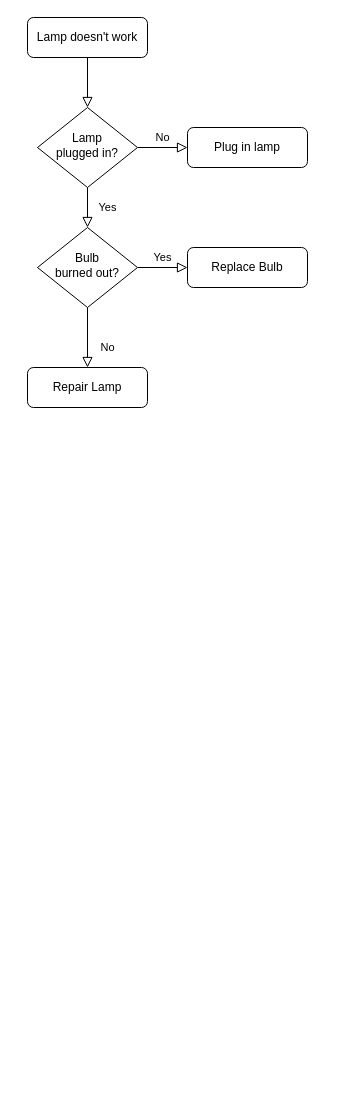
Before: Untitled Diagram.drawio in kmalhotra08/flowcharts, a draw.io diagram. Source tidied: cells renumbered, new cells numbered last; positions are measured from the earlier drawing's top-left corner, leaving out a move shared by most shapes. Both pictures are drawn from the tidied source at 100%, with x=0, y=0 at pixel (27, 17).
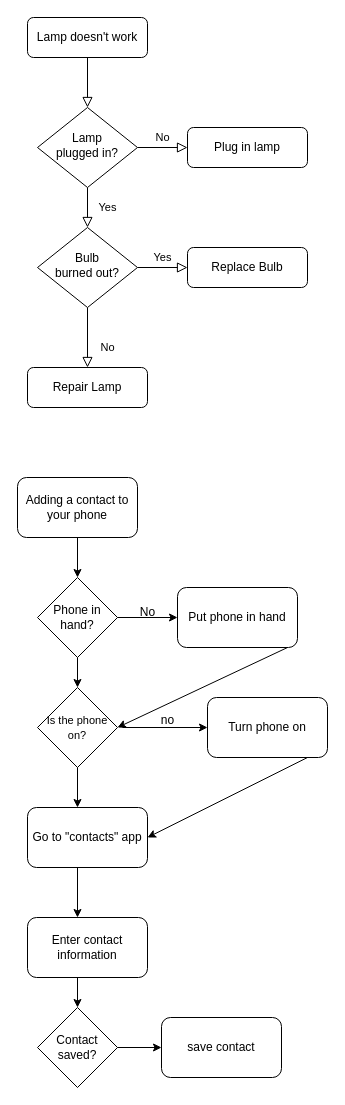
After the change.

Diff of the diagram source:
```diff
@@
+    <mxCell id="13" value="Adding a contact to your phone" style="rounded=1;whiteSpace=wrap;html=1;" parent="1" vertex="1">
+      <mxGeometry x="-10" y="460" width="120" height="60" as="geometry" />
+    </mxCell>
+    <mxCell id="14" style="endArrow=classic;html=1;rounded=0;" parent="1" edge="1">
+      <mxGeometry relative="1" as="geometry">
+        <mxPoint x="50" y="520" as="sourcePoint" />
+        <mxPoint x="50" y="560" as="targetPoint" />
+      </mxGeometry>
+    </mxCell>
+    <mxCell id="15" value="Phone in hand?" style="rhombus;whiteSpace=wrap;html=1;" parent="1" vertex="1">
+      <mxGeometry x="10" y="560" width="80" height="80" as="geometry" />
+    </mxCell>
+    <mxCell id="16" style="endArrow=classic;html=1;rounded=0;" parent="1" edge="1">
+      <mxGeometry relative="1" as="geometry">
+        <mxPoint x="90" y="600" as="sourcePoint" />
+        <mxPoint x="150" y="600" as="targetPoint" />
+      </mxGeometry>
+    </mxCell>
+    <mxCell id="17" value="Put phone in hand" style="rounded=1;whiteSpace=wrap;html=1;" parent="1" vertex="1">
+      <mxGeometry x="150" y="570" width="120" height="60" as="geometry" />
+    </mxCell>
+    <mxCell id="18" value="No" style="text;html=1;align=center;verticalAlign=middle;strokeColor=none;fillColor=none;" parent="1" vertex="1">
+      <mxGeometry x="100" y="580" width="40" height="30" as="geometry" />
+    </mxCell>
+    <mxCell id="19" style="endArrow=classic;html=1;rounded=0;exitX=0.917;exitY=1;exitDx=0;exitDy=0;exitPerimeter=0;" parent="1" edge="1" source="17">
+      <mxGeometry relative="1" as="geometry">
+        <mxPoint x="90" y="710" as="targetPoint" />
+      </mxGeometry>
+    </mxCell>
+    <mxCell id="20" value="&lt;font style=&quot;font-size: 11px;&quot;&gt;Is the phone on?&lt;/font&gt;" style="rhombus;whiteSpace=wrap;html=1;" parent="1" vertex="1">
+      <mxGeometry x="10" y="670" width="80" height="80" as="geometry" />
+    </mxCell>
+    <mxCell id="21" style="endArrow=classic;html=1;rounded=0;" parent="1" edge="1" target="20">
+      <mxGeometry relative="1" as="geometry">
+        <mxPoint x="50" y="640" as="sourcePoint" />
+      </mxGeometry>
+    </mxCell>
+    <mxCell id="22" style="endArrow=classic;html=1;rounded=0;" parent="1" edge="1">
+      <mxGeometry relative="1" as="geometry">
+        <mxPoint x="95" y="710" as="sourcePoint" />
+        <mxPoint x="180" y="710" as="targetPoint" />
+      </mxGeometry>
+    </mxCell>
+    <mxCell id="23" value="Turn phone on" style="rounded=1;whiteSpace=wrap;html=1;" parent="1" vertex="1">
+      <mxGeometry x="180" y="680" width="120" height="60" as="geometry" />
+    </mxCell>
+    <mxCell id="24" value="no" style="text;html=1;align=center;verticalAlign=middle;strokeColor=none;fillColor=none;" parent="1" vertex="1">
+      <mxGeometry x="120" y="688" width="40" height="30" as="geometry" />
+    </mxCell>
+    <mxCell id="25" style="endArrow=classic;html=1;rounded=0;" parent="1" edge="1">
+      <mxGeometry relative="1" as="geometry">
+        <mxPoint x="50" y="750" as="sourcePoint" />
+        <mxPoint x="50" y="790" as="targetPoint" />
+      </mxGeometry>
+    </mxCell>
+    <mxCell id="26" value="Go to &quot;contacts&quot; app" style="rounded=1;whiteSpace=wrap;html=1;" parent="1" vertex="1">
+      <mxGeometry y="790" width="120" height="60" as="geometry" />
+    </mxCell>
+    <mxCell id="27" style="endArrow=classic;html=1;rounded=0;" parent="1" edge="1">
+      <mxGeometry relative="1" as="geometry">
+        <mxPoint x="50" y="850" as="sourcePoint" />
+        <mxPoint x="50" y="900" as="targetPoint" />
+      </mxGeometry>
+    </mxCell>
+    <mxCell id="28" value="Enter contact information" style="rounded=1;whiteSpace=wrap;html=1;" parent="1" vertex="1">
+      <mxGeometry y="900" width="120" height="60" as="geometry" />
+    </mxCell>
+    <mxCell id="29" value="Contact saved?" style="rhombus;whiteSpace=wrap;html=1;" parent="1" vertex="1">
+      <mxGeometry x="10" y="990" width="80" height="80" as="geometry" />
+    </mxCell>
+    <mxCell id="30" value="save contact" style="rounded=1;whiteSpace=wrap;html=1;" parent="1" vertex="1">
+      <mxGeometry x="134" y="1000" width="120" height="60" as="geometry" />
+    </mxCell>
+    <mxCell id="31" style="endArrow=classic;html=1;rounded=0;entryX=1;entryY=0.5;entryDx=0;entryDy=0;" parent="1" edge="1" target="26">
+      <mxGeometry relative="1" as="geometry">
+        <mxPoint x="280" y="740" as="sourcePoint" />
+      </mxGeometry>
+    </mxCell>
+    <mxCell id="32" style="endArrow=classic;html=1;rounded=0;entryX=0.5;entryY=0;entryDx=0;entryDy=0;" parent="1" edge="1" target="29">
+      <mxGeometry relative="1" as="geometry">
+        <mxPoint x="50" y="960" as="sourcePoint" />
+      </mxGeometry>
+    </mxCell>
+    <mxCell id="33" style="endArrow=classic;html=1;rounded=0;entryX=0;entryY=0.5;entryDx=0;entryDy=0;" parent="1" edge="1" target="30">
+      <mxGeometry relative="1" as="geometry">
+        <mxPoint x="90" y="1030" as="sourcePoint" />
+      </mxGeometry>
+    </mxCell>
```
